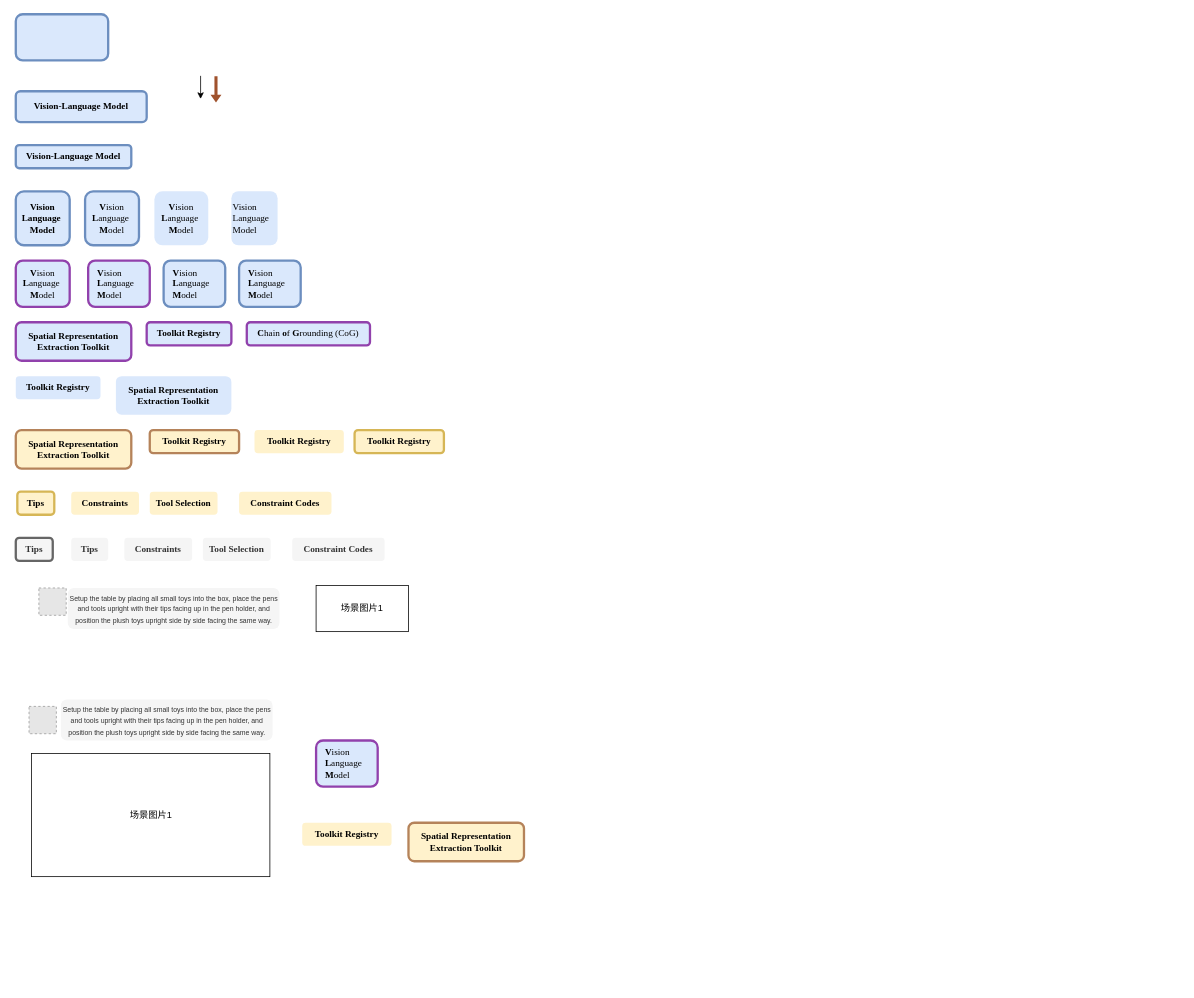
Before: taki.drawio in AnonAnonAnonAnonAnon/Figure_live, a draw.io diagram. Source tidied: cells renumbered, new cells numbered last; positions are measured from the earlier drawing's top-left corner, leaving out a move shared by most shapes. Both pictures are drawn from the tidied source at 77%, with x=0, y=0 at pixel (15, 14). Pictures stored in the file or linked from it are replaced by grey dashed boxes.
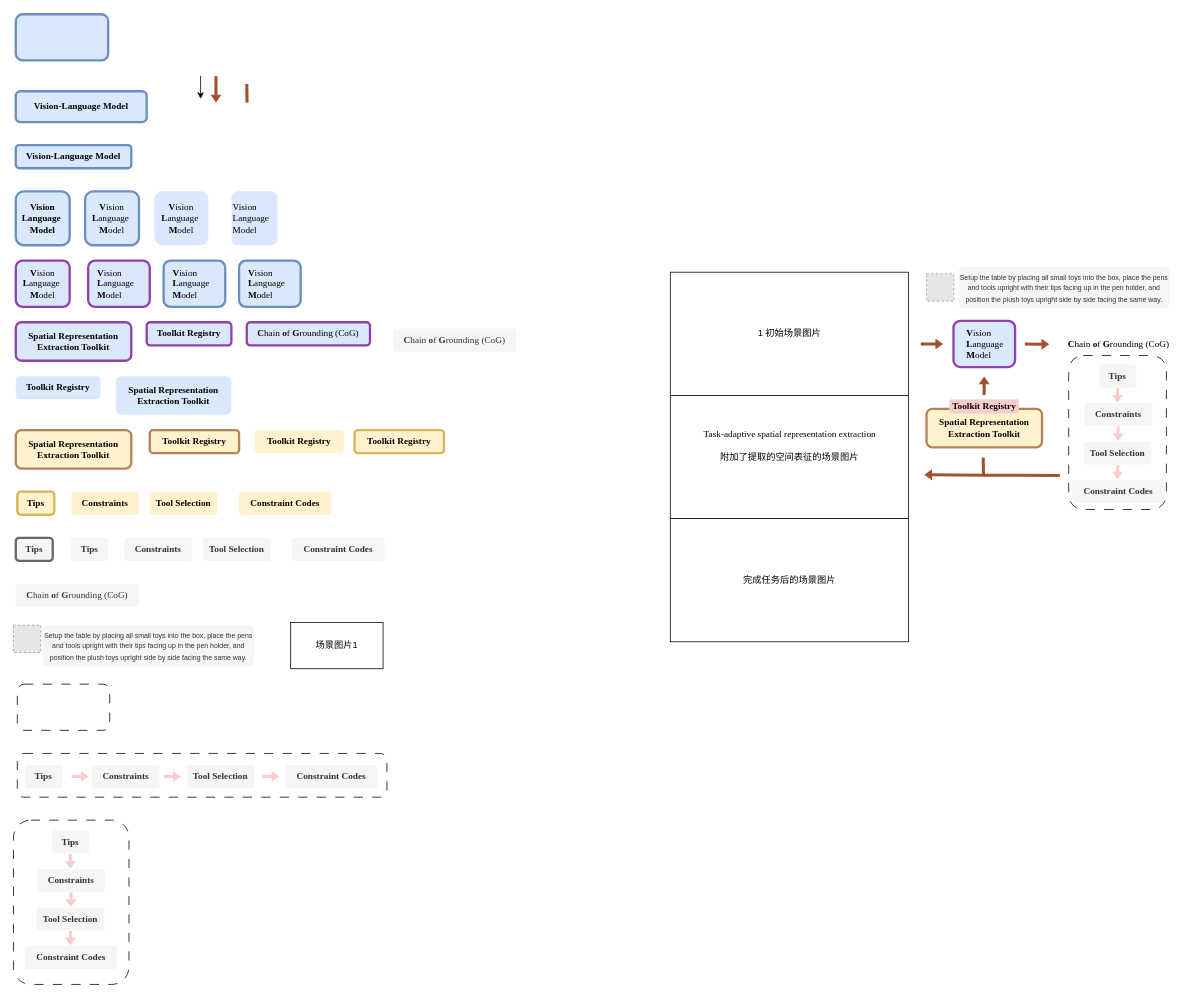
The same diagram, later.

Change to the diagram source:
```diff
@@
     <mxCell id="36" style="fillColor=#E6E6E6;strokeColor=#999999;dashed=1;verticalLabelPosition=bottom;labelBackgroundColor=default;verticalAlign=top;" parent="1" vertex="1">
-      <mxGeometry x="30" y="745.1" width="35.5" height="35.5" as="geometry" />
+      <mxGeometry x="-3" y="793.4" width="35.5" height="35.5" as="geometry" />
     </mxCell>
     <mxCell id="37" value="&lt;p&gt;&lt;font style=&quot;font-size: 9px;&quot;&gt;Setup the table by placing all small toys into the box, place the pens and tools upright with their tips facing up in the pen holder, and position the plush toys upright side by side facing the same way.&lt;/font&gt;&lt;/p&gt;" style="rounded=1;whiteSpace=wrap;html=1;strokeWidth=3;fillColor=#f5f5f5;strokeColor=none;align=center;fontColor=#333333;" parent="1" vertex="1">
-      <mxGeometry x="67.5" y="745.1" width="275" height="53.2" as="geometry" />
+      <mxGeometry x="34.5" y="793.4" width="275" height="53.2" as="geometry" />
     </mxCell>
     <mxCell id="38" value="场景图片1" style="rounded=0;whiteSpace=wrap;html=1;" parent="1" vertex="1">
-      <mxGeometry x="390" y="741.8" width="120" height="60" as="geometry" />
+      <mxGeometry x="357" y="790" width="120" height="60" as="geometry" />
     </mxCell>
-    <mxCell id="39" value="场景图片1" style="rounded=0;whiteSpace=wrap;html=1;" parent="1" vertex="1">
-      <mxGeometry x="20.5" y="960" width="309.5" height="160" as="geometry" />
+    <mxCell id="39" value="1 初始场景图片" style="rounded=0;whiteSpace=wrap;html=1;" parent="1" vertex="1">
+      <mxGeometry x="850" y="335" width="309.5" height="160" as="geometry" />
     </mxCell>
     <mxCell id="40" style="fillColor=#E6E6E6;strokeColor=#999999;dashed=1;verticalLabelPosition=bottom;labelBackgroundColor=default;verticalAlign=top;" parent="1" vertex="1">
-      <mxGeometry x="17.2" y="898.9" width="35.5" height="35.5" as="geometry" />
+      <mxGeometry x="1182.8" y="337.1" width="35.5" height="35.5" as="geometry" />
     </mxCell>
     <mxCell id="41" value="&lt;p&gt;&lt;font style=&quot;font-size: 9px;&quot;&gt;Setup the table by placing all small toys into the box, place the pens and tools upright with their tips facing up in the pen holder, and position the plush toys upright side by side facing the same way.&lt;/font&gt;&lt;/p&gt;" style="rounded=1;whiteSpace=wrap;html=1;strokeWidth=3;fillColor=#f5f5f5;strokeColor=none;align=center;fontColor=#333333;" parent="1" vertex="1">
-      <mxGeometry x="58.5" y="890" width="275" height="53.2" as="geometry" />
+      <mxGeometry x="1224" y="328.2" width="275" height="53.2" as="geometry" />
     </mxCell>
     <mxCell id="42" style="rounded=1;whiteSpace=wrap;html=1;strokeWidth=3;fillColor=#dae8fc;strokeColor=light-dark(#9141ac, #a9adff);align=center;" parent="1" vertex="1">
-      <mxGeometry x="390" y="943.2" width="80" height="60" as="geometry" />
+      <mxGeometry x="1217.8" y="398.2" width="80" height="60" as="geometry" />
     </mxCell>
     <mxCell id="43" value="&lt;div align=&quot;left&quot;&gt;&lt;font face=&quot;Times New Roman&quot;&gt;&lt;b&gt;V&lt;/b&gt;ision&lt;/font&gt;&lt;/div&gt;&lt;div align=&quot;left&quot;&gt;&lt;font face=&quot;Times New Roman&quot;&gt;&lt;b&gt;L&lt;/b&gt;anguage&lt;/font&gt;&lt;/div&gt;&lt;div align=&quot;left&quot;&gt;&lt;font face=&quot;Times New Roman&quot;&gt;&lt;b&gt;M&lt;/b&gt;odel&lt;/font&gt;&lt;/div&gt;" style="text;html=1;align=left;verticalAlign=middle;strokeColor=none;fillColor=none;" parent="1" vertex="1">
-      <mxGeometry x="400" y="943.2" width="70" height="60" as="geometry" />
+      <mxGeometry x="1232.9" y="398.2" width="70" height="60" as="geometry" />
     </mxCell>
     <mxCell id="44" value="&lt;font face=&quot;Times New Roman&quot;&gt;&lt;b&gt;Spatial Representation Extraction Toolkit&lt;/b&gt;&lt;/font&gt;" style="rounded=1;whiteSpace=wrap;html=1;strokeWidth=3;fillColor=#fff2cc;strokeColor=light-dark(#b5835a, #00a200);align=center;" parent="1" vertex="1">
-      <mxGeometry x="510" y="1050" width="150" height="50" as="geometry" />
+      <mxGeometry x="1182.8" y="512.4" width="150" height="50" as="geometry" />
     </mxCell>
-    <mxCell id="45" value="&lt;font face=&quot;Times New Roman&quot;&gt;&lt;b&gt;Toolkit Registry&lt;/b&gt;&lt;/font&gt;" style="rounded=1;whiteSpace=wrap;html=1;strokeWidth=3;fillColor=#fff2cc;strokeColor=none;align=center;" parent="1" vertex="1">
-      <mxGeometry x="372" y="1050" width="116" height="30" as="geometry" />
+    <mxCell id="45" value="&lt;font face=&quot;Times New Roman&quot;&gt;&lt;b&gt;Toolkit Registry&lt;/b&gt;&lt;/font&gt;" style="rounded=1;whiteSpace=wrap;html=1;strokeWidth=3;fillColor=#f8cecc;strokeColor=none;align=center;" parent="1" vertex="1">
+      <mxGeometry x="1212.6" y="500" width="90.2" height="18.4" as="geometry" />
     </mxCell>
+    <mxCell id="46" value="&lt;div&gt;&lt;div class=&quot;old-record-id-Jpved50hUo4uE4xDqZKcLIfEnAk&quot;&gt;&lt;font&gt;&lt;b&gt;C&lt;/b&gt;hain &lt;b&gt;o&lt;/b&gt;f &lt;b&gt;G&lt;/b&gt;rounding (CoG)&lt;/font&gt;&lt;/div&gt;&lt;/div&gt;&lt;font&gt;&lt;span data-lark-record-data=&quot;{&amp;quot;rootId&amp;quot;:&amp;quot;Y6xqdsJ0JoNIp3x1KjNcxyL0n1f&amp;quot;,&amp;quot;text&amp;quot;:{&amp;quot;initialAttributedTexts&amp;quot;:{&amp;quot;text&amp;quot;:{&amp;quot;0&amp;quot;:&amp;quot;Chain of Grounding (CoG)&amp;quot;},&amp;quot;attribs&amp;quot;:{&amp;quot;0&amp;quot;:&amp;quot;*0+o&amp;quot;}},&amp;quot;apool&amp;quot;:{&amp;quot;numToAttrib&amp;quot;:{&amp;quot;0&amp;quot;:[&amp;quot;author&amp;quot;,&amp;quot;7455933905562779650&amp;quot;]},&amp;quot;nextNum&amp;quot;:1}},&amp;quot;type&amp;quot;:&amp;quot;text&amp;quot;,&amp;quot;referenceRecordMap&amp;quot;:{},&amp;quot;extra&amp;quot;:{&amp;quot;channel&amp;quot;:&amp;quot;saas&amp;quot;,&amp;quot;isEqualBlockSelection&amp;quot;:false,&amp;quot;pasteRandomId&amp;quot;:&amp;quot;5d08a9c0-3101-4293-8adc-91da2f840806&amp;quot;,&amp;quot;mention_page_title&amp;quot;:{},&amp;quot;external_mention_url&amp;quot;:{}},&amp;quot;isKeepQuoteContainer&amp;quot;:false,&amp;quot;isFromCode&amp;quot;:false,&amp;quot;selection&amp;quot;:[{&amp;quot;id&amp;quot;:1047,&amp;quot;type&amp;quot;:&amp;quot;text&amp;quot;,&amp;quot;selection&amp;quot;:{&amp;quot;start&amp;quot;:4,&amp;quot;end&amp;quot;:28},&amp;quot;recordId&amp;quot;:&amp;quot;Jpved50hUo4uE4xDqZKcLIfEnAk&amp;quot;}],&amp;quot;payloadMap&amp;quot;:{},&amp;quot;isCut&amp;quot;:false}&quot; class=&quot;lark-record-clipboard&quot;&gt;&lt;/span&gt;&lt;/font&gt;" style="rounded=1;whiteSpace=wrap;html=1;strokeWidth=3;fillColor=#f5f5f5;strokeColor=none;align=center;fontFamily=Times New Roman;fontColor=#333333;" parent="1" vertex="1">
+      <mxGeometry y="740" width="160" height="30" as="geometry" />
+    </mxCell>
+    <mxCell id="47" value="&lt;div&gt;&lt;div class=&quot;old-record-id-Jpved50hUo4uE4xDqZKcLIfEnAk&quot;&gt;&lt;font&gt;&lt;b&gt;C&lt;/b&gt;hain &lt;b&gt;o&lt;/b&gt;f &lt;b&gt;G&lt;/b&gt;rounding (CoG)&lt;/font&gt;&lt;/div&gt;&lt;/div&gt;&lt;font&gt;&lt;span data-lark-record-data=&quot;{&amp;quot;rootId&amp;quot;:&amp;quot;Y6xqdsJ0JoNIp3x1KjNcxyL0n1f&amp;quot;,&amp;quot;text&amp;quot;:{&amp;quot;initialAttributedTexts&amp;quot;:{&amp;quot;text&amp;quot;:{&amp;quot;0&amp;quot;:&amp;quot;Chain of Grounding (CoG)&amp;quot;},&amp;quot;attribs&amp;quot;:{&amp;quot;0&amp;quot;:&amp;quot;*0+o&amp;quot;}},&amp;quot;apool&amp;quot;:{&amp;quot;numToAttrib&amp;quot;:{&amp;quot;0&amp;quot;:[&amp;quot;author&amp;quot;,&amp;quot;7455933905562779650&amp;quot;]},&amp;quot;nextNum&amp;quot;:1}},&amp;quot;type&amp;quot;:&amp;quot;text&amp;quot;,&amp;quot;referenceRecordMap&amp;quot;:{},&amp;quot;extra&amp;quot;:{&amp;quot;channel&amp;quot;:&amp;quot;saas&amp;quot;,&amp;quot;isEqualBlockSelection&amp;quot;:false,&amp;quot;pasteRandomId&amp;quot;:&amp;quot;5d08a9c0-3101-4293-8adc-91da2f840806&amp;quot;,&amp;quot;mention_page_title&amp;quot;:{},&amp;quot;external_mention_url&amp;quot;:{}},&amp;quot;isKeepQuoteContainer&amp;quot;:false,&amp;quot;isFromCode&amp;quot;:false,&amp;quot;selection&amp;quot;:[{&amp;quot;id&amp;quot;:1047,&amp;quot;type&amp;quot;:&amp;quot;text&amp;quot;,&amp;quot;selection&amp;quot;:{&amp;quot;start&amp;quot;:4,&amp;quot;end&amp;quot;:28},&amp;quot;recordId&amp;quot;:&amp;quot;Jpved50hUo4uE4xDqZKcLIfEnAk&amp;quot;}],&amp;quot;payloadMap&amp;quot;:{},&amp;quot;isCut&amp;quot;:false}&quot; class=&quot;lark-record-clipboard&quot;&gt;&lt;/span&gt;&lt;/font&gt;" style="rounded=1;whiteSpace=wrap;html=1;strokeWidth=3;fillColor=#f5f5f5;strokeColor=none;align=center;fontFamily=Times New Roman;fontColor=#333333;" parent="1" vertex="1">
+      <mxGeometry x="490" y="408.2" width="160" height="30" as="geometry" />
+    </mxCell>
+    <mxCell id="48" value="&lt;font face=&quot;Times New Roman&quot;&gt;&lt;b&gt;Tips&lt;/b&gt;&lt;/font&gt;" style="rounded=1;whiteSpace=wrap;html=1;strokeWidth=3;fillColor=#f5f5f5;strokeColor=none;align=center;fontColor=#333333;" parent="1" vertex="1">
+      <mxGeometry x="12" y="975" width="48" height="30" as="geometry" />
+    </mxCell>
+    <mxCell id="49" value="&lt;font face=&quot;Times New Roman&quot;&gt;&lt;b&gt;Constraints&lt;/b&gt;&lt;/font&gt;" style="rounded=1;whiteSpace=wrap;html=1;strokeWidth=3;fillColor=#f5f5f5;strokeColor=none;align=center;fontColor=#333333;" parent="1" vertex="1">
+      <mxGeometry x="98.8" y="975" width="88" height="30" as="geometry" />
+    </mxCell>
+    <mxCell id="50" value="&lt;font face=&quot;Times New Roman&quot;&gt;&lt;b&gt;Tool Selection&lt;/b&gt;&lt;/font&gt;" style="rounded=1;whiteSpace=wrap;html=1;strokeWidth=3;fillColor=#f5f5f5;strokeColor=none;align=center;fontColor=#333333;" parent="1" vertex="1">
+      <mxGeometry x="222" y="975" width="88" height="30" as="geometry" />
+    </mxCell>
+    <mxCell id="51" value="&lt;font face=&quot;Times New Roman&quot;&gt;&lt;b&gt;Constraint Codes&lt;/b&gt;&lt;/font&gt;" style="rounded=1;whiteSpace=wrap;html=1;strokeWidth=3;fillColor=#f5f5f5;strokeColor=none;align=center;fontColor=#333333;" parent="1" vertex="1">
+      <mxGeometry x="349.8" y="975" width="120" height="30" as="geometry" />
+    </mxCell>
+    <mxCell id="52" style="rounded=1;whiteSpace=wrap;html=1;fillColor=none;dashed=1;dashPattern=12 12;" parent="1" vertex="1">
+      <mxGeometry x="2" y="870" width="120" height="60" as="geometry" />
+    </mxCell>
+    <mxCell id="53" style="rounded=1;whiteSpace=wrap;html=1;fillColor=none;dashed=1;dashPattern=12 12;" parent="1" vertex="1">
+      <mxGeometry x="2" y="960" width="480" height="56.8" as="geometry" />
+    </mxCell>
+    <mxCell id="54" style="shape=flexArrow;endArrow=classic;html=1;rounded=0;fillColor=#f8cecc;strokeColor=none;targetPerimeterSpacing=0;endSize=3;startSize=6;endWidth=9.2;width=4;shadow=0;" parent="1" edge="1">
+      <mxGeometry relative="1" as="geometry">
+        <mxPoint x="72" y="989.8" as="sourcePoint" />
+        <mxPoint x="95" y="989.8" as="targetPoint" />
+      </mxGeometry>
+    </mxCell>
+    <mxCell id="55" style="shape=flexArrow;endArrow=classic;html=1;rounded=0;fillColor=#f8cecc;strokeColor=none;targetPerimeterSpacing=0;endSize=3;startSize=6;endWidth=9.2;width=4;shadow=0;" parent="1" edge="1">
+      <mxGeometry relative="1" as="geometry">
+        <mxPoint x="319.8" y="989.8" as="sourcePoint" />
+        <mxPoint x="342.8" y="989.8" as="targetPoint" />
+      </mxGeometry>
+    </mxCell>
+    <mxCell id="56" style="shape=flexArrow;endArrow=classic;html=1;rounded=0;fillColor=#f8cecc;strokeColor=none;targetPerimeterSpacing=0;endSize=3;startSize=6;endWidth=9.2;width=4;shadow=0;" parent="1" edge="1">
+      <mxGeometry relative="1" as="geometry">
+        <mxPoint x="192" y="989.8" as="sourcePoint" />
+        <mxPoint x="215" y="989.8" as="targetPoint" />
+      </mxGeometry>
+    </mxCell>
+    <mxCell id="57" value="&lt;font face=&quot;Times New Roman&quot;&gt;&lt;b&gt;Tips&lt;/b&gt;&lt;/font&gt;" style="rounded=1;whiteSpace=wrap;html=1;strokeWidth=3;fillColor=#f5f5f5;strokeColor=none;align=center;fontColor=#333333;" parent="1" vertex="1">
+      <mxGeometry x="47" y="1060" width="48" height="30" as="geometry" />
+    </mxCell>
+    <mxCell id="58" value="&lt;font face=&quot;Times New Roman&quot;&gt;&lt;b&gt;Constraints&lt;/b&gt;&lt;/font&gt;" style="rounded=1;whiteSpace=wrap;html=1;strokeWidth=3;fillColor=#f5f5f5;strokeColor=none;align=center;fontColor=#333333;" parent="1" vertex="1">
+      <mxGeometry x="27.8" y="1110" width="88" height="30" as="geometry" />
+    </mxCell>
+    <mxCell id="59" value="&lt;font face=&quot;Times New Roman&quot;&gt;&lt;b&gt;Tool Selection&lt;/b&gt;&lt;/font&gt;" style="rounded=1;whiteSpace=wrap;html=1;strokeWidth=3;fillColor=#f5f5f5;strokeColor=none;align=center;fontColor=#333333;" parent="1" vertex="1">
+      <mxGeometry x="27" y="1160" width="88" height="30" as="geometry" />
+    </mxCell>
+    <mxCell id="60" value="&lt;font face=&quot;Times New Roman&quot;&gt;&lt;b&gt;Constraint Codes&lt;/b&gt;&lt;/font&gt;" style="rounded=1;whiteSpace=wrap;html=1;strokeWidth=3;fillColor=#f5f5f5;strokeColor=none;align=center;fontColor=#333333;" parent="1" vertex="1">
+      <mxGeometry x="11.8" y="1210" width="120" height="30" as="geometry" />
+    </mxCell>
+    <mxCell id="61" style="rounded=1;whiteSpace=wrap;html=1;fillColor=none;dashed=1;dashPattern=12 12;" parent="1" vertex="1">
+      <mxGeometry x="-3" y="1046.6" width="150" height="213.4" as="geometry" />
+    </mxCell>
+    <mxCell id="62" style="shape=flexArrow;endArrow=classic;html=1;rounded=0;fillColor=#f8cecc;strokeColor=none;targetPerimeterSpacing=0;endSize=3;startSize=6;endWidth=9.2;width=4;shadow=0;" parent="1" edge="1">
+      <mxGeometry relative="1" as="geometry">
+        <mxPoint x="70.8" y="1090" as="sourcePoint" />
+        <mxPoint x="70.8" y="1110.2" as="targetPoint" />
+      </mxGeometry>
+    </mxCell>
+    <mxCell id="63" style="shape=flexArrow;endArrow=classic;html=1;rounded=0;fillColor=#f8cecc;strokeColor=none;targetPerimeterSpacing=0;endSize=3;startSize=6;endWidth=9.2;width=4;shadow=0;" parent="1" edge="1">
+      <mxGeometry relative="1" as="geometry">
+        <mxPoint x="71.1" y="1190" as="sourcePoint" />
+        <mxPoint x="70.8" y="1209.8" as="targetPoint" />
+      </mxGeometry>
+    </mxCell>
+    <mxCell id="64" style="shape=flexArrow;endArrow=classic;html=1;rounded=0;fillColor=#f8cecc;strokeColor=none;targetPerimeterSpacing=0;endSize=3;startSize=6;endWidth=9.2;width=4;shadow=0;" parent="1" edge="1">
+      <mxGeometry relative="1" as="geometry">
+        <mxPoint x="71.6" y="1140" as="sourcePoint" />
+        <mxPoint x="71.6" y="1159.8" as="targetPoint" />
+      </mxGeometry>
+    </mxCell>
+    <mxCell id="65" value="&lt;font face=&quot;Times New Roman&quot;&gt;&lt;b&gt;Tips&lt;/b&gt;&lt;/font&gt;" style="rounded=1;whiteSpace=wrap;html=1;strokeWidth=3;fillColor=#f5f5f5;strokeColor=none;align=center;fontColor=#333333;" parent="1" vertex="1">
+      <mxGeometry x="1407" y="454.9" width="48" height="30" as="geometry" />
+    </mxCell>
+    <mxCell id="66" value="&lt;font face=&quot;Times New Roman&quot;&gt;&lt;b&gt;Constraints&lt;/b&gt;&lt;/font&gt;" style="rounded=1;whiteSpace=wrap;html=1;strokeWidth=3;fillColor=#f5f5f5;strokeColor=none;align=center;fontColor=#333333;" parent="1" vertex="1">
+      <mxGeometry x="1387.8" y="504.9" width="88" height="30" as="geometry" />
+    </mxCell>
+    <mxCell id="67" value="&lt;font face=&quot;Times New Roman&quot;&gt;&lt;b&gt;Tool Selection&lt;/b&gt;&lt;/font&gt;" style="rounded=1;whiteSpace=wrap;html=1;strokeWidth=3;fillColor=#f5f5f5;strokeColor=none;align=center;fontColor=#333333;" parent="1" vertex="1">
+      <mxGeometry x="1387" y="554.9" width="88" height="30" as="geometry" />
+    </mxCell>
+    <mxCell id="68" value="&lt;font face=&quot;Times New Roman&quot;&gt;&lt;b&gt;Constraint Codes&lt;/b&gt;&lt;/font&gt;" style="rounded=1;whiteSpace=wrap;html=1;strokeWidth=3;fillColor=#f5f5f5;strokeColor=none;align=center;fontColor=#333333;" parent="1" vertex="1">
+      <mxGeometry x="1371.8" y="604.9" width="120" height="30" as="geometry" />
+    </mxCell>
+    <mxCell id="69" style="rounded=1;whiteSpace=wrap;html=1;fillColor=none;dashed=1;dashPattern=12 12;" parent="1" vertex="1">
+      <mxGeometry x="1367.4" y="443.2" width="126.9" height="200" as="geometry" />
+    </mxCell>
+    <mxCell id="70" style="shape=flexArrow;endArrow=classic;html=1;rounded=0;fillColor=#f8cecc;strokeColor=none;targetPerimeterSpacing=0;endSize=3;startSize=6;endWidth=9.2;width=4;shadow=0;" parent="1" edge="1">
+      <mxGeometry relative="1" as="geometry">
+        <mxPoint x="1430.8" y="484.9" as="sourcePoint" />
+        <mxPoint x="1430.8" y="505.1" as="targetPoint" />
+      </mxGeometry>
+    </mxCell>
+    <mxCell id="71" style="shape=flexArrow;endArrow=classic;html=1;rounded=0;fillColor=#f8cecc;strokeColor=none;targetPerimeterSpacing=0;endSize=3;startSize=6;endWidth=9.2;width=4;shadow=0;" parent="1" edge="1">
+      <mxGeometry relative="1" as="geometry">
+        <mxPoint x="1431.1" y="584.9" as="sourcePoint" />
+        <mxPoint x="1430.8" y="604.7" as="targetPoint" />
+      </mxGeometry>
+    </mxCell>
+    <mxCell id="72" style="shape=flexArrow;endArrow=classic;html=1;rounded=0;fillColor=#f8cecc;strokeColor=none;targetPerimeterSpacing=0;endSize=3;startSize=6;endWidth=9.2;width=4;shadow=0;" parent="1" edge="1">
+      <mxGeometry relative="1" as="geometry">
+        <mxPoint x="1431.6" y="534.9" as="sourcePoint" />
+        <mxPoint x="1431.6" y="554.7" as="targetPoint" />
+      </mxGeometry>
+    </mxCell>
+    <mxCell id="73" value="&lt;div&gt;&lt;div class=&quot;old-record-id-Jpved50hUo4uE4xDqZKcLIfEnAk&quot;&gt;&lt;font face=&quot;Times New Roman&quot;&gt;&lt;b&gt;C&lt;/b&gt;hain &lt;b&gt;o&lt;/b&gt;f &lt;b&gt;G&lt;/b&gt;rounding (CoG)&lt;/font&gt;&lt;/div&gt;&lt;/div&gt;&lt;font face=&quot;Times New Roman&quot;&gt;&lt;span data-lark-record-data=&quot;{&amp;quot;rootId&amp;quot;:&amp;quot;Y6xqdsJ0JoNIp3x1KjNcxyL0n1f&amp;quot;,&amp;quot;text&amp;quot;:{&amp;quot;initialAttributedTexts&amp;quot;:{&amp;quot;text&amp;quot;:{&amp;quot;0&amp;quot;:&amp;quot;Chain of Grounding (CoG)&amp;quot;},&amp;quot;attribs&amp;quot;:{&amp;quot;0&amp;quot;:&amp;quot;*0+o&amp;quot;}},&amp;quot;apool&amp;quot;:{&amp;quot;numToAttrib&amp;quot;:{&amp;quot;0&amp;quot;:[&amp;quot;author&amp;quot;,&amp;quot;7455933905562779650&amp;quot;]},&amp;quot;nextNum&amp;quot;:1}},&amp;quot;type&amp;quot;:&amp;quot;text&amp;quot;,&amp;quot;referenceRecordMap&amp;quot;:{},&amp;quot;extra&amp;quot;:{&amp;quot;channel&amp;quot;:&amp;quot;saas&amp;quot;,&amp;quot;isEqualBlockSelection&amp;quot;:false,&amp;quot;pasteRandomId&amp;quot;:&amp;quot;5d08a9c0-3101-4293-8adc-91da2f840806&amp;quot;,&amp;quot;mention_page_title&amp;quot;:{},&amp;quot;external_mention_url&amp;quot;:{}},&amp;quot;isKeepQuoteContainer&amp;quot;:false,&amp;quot;isFromCode&amp;quot;:false,&amp;quot;selection&amp;quot;:[{&amp;quot;id&amp;quot;:1047,&amp;quot;type&amp;quot;:&amp;quot;text&amp;quot;,&amp;quot;selection&amp;quot;:{&amp;quot;start&amp;quot;:4,&amp;quot;end&amp;quot;:28},&amp;quot;recordId&amp;quot;:&amp;quot;Jpved50hUo4uE4xDqZKcLIfEnAk&amp;quot;}],&amp;quot;payloadMap&amp;quot;:{},&amp;quot;isCut&amp;quot;:false}&quot; class=&quot;lark-record-clipboard&quot;&gt;&lt;/span&gt;&lt;/font&gt;" style="text;html=1;align=center;verticalAlign=middle;strokeColor=none;fillColor=none;" parent="1" vertex="1">
+      <mxGeometry x="1351.8" y="413.2" width="160" height="30" as="geometry" />
+    </mxCell>
+    <mxCell id="74" value="附加了提取的空间表征的场景图片" style="rounded=0;whiteSpace=wrap;html=1;" parent="1" vertex="1">
+      <mxGeometry x="850" y="495" width="309.5" height="160" as="geometry" />
+    </mxCell>
+    <mxCell id="75" value="&lt;font face=&quot;Times New Roman&quot;&gt;Task-adaptive spatial representation extraction&lt;/font&gt;" style="text;html=1;align=center;verticalAlign=middle;strokeColor=none;fillColor=none;" parent="1" vertex="1">
+      <mxGeometry x="879.8" y="530" width="250" height="30" as="geometry" />
+    </mxCell>
+    <mxCell id="76" style="shape=flexArrow;endArrow=classic;html=1;rounded=0;fillColor=#a0522d;strokeColor=none;targetPerimeterSpacing=0;endSize=3;startSize=6;endWidth=9.2;width=4;shadow=0;" parent="1" edge="1">
+      <mxGeometry relative="1" as="geometry">
+        <mxPoint x="1174.8" y="428.2" as="sourcePoint" />
+        <mxPoint x="1204.8" y="428.2" as="targetPoint" />
+      </mxGeometry>
+    </mxCell>
+    <mxCell id="77" style="shape=flexArrow;endArrow=classic;html=1;rounded=0;fillColor=#a0522d;strokeColor=none;targetPerimeterSpacing=0;endSize=3;startSize=6;endWidth=9.2;width=4;shadow=0;" parent="1" edge="1">
+      <mxGeometry relative="1" as="geometry">
+        <mxPoint x="1257.6" y="495.1" as="sourcePoint" />
+        <mxPoint x="1257.6" y="470" as="targetPoint" />
+      </mxGeometry>
+    </mxCell>
+    <mxCell id="78" style="shape=flexArrow;endArrow=classic;html=1;rounded=0;fillColor=#a0522d;strokeColor=none;targetPerimeterSpacing=0;endSize=3;startSize=6;endWidth=9.2;width=4;shadow=0;" parent="1" edge="1">
+      <mxGeometry relative="1" as="geometry">
+        <mxPoint x="1310" y="428.2" as="sourcePoint" />
+        <mxPoint x="1342.6" y="428.6" as="targetPoint" />
+      </mxGeometry>
+    </mxCell>
+    <mxCell id="79" style="shape=flexArrow;endArrow=classic;html=1;rounded=0;fillColor=#a0522d;strokeColor=none;targetPerimeterSpacing=0;endSize=3;startSize=6;endWidth=9.2;width=4;shadow=0;" parent="1" edge="1">
+      <mxGeometry relative="1" as="geometry">
+        <mxPoint x="1258.5" y="598.6" as="sourcePoint" />
+        <mxPoint x="1179.4" y="598" as="targetPoint" />
+      </mxGeometry>
+    </mxCell>
+    <mxCell id="80" style="shape=flexArrow;endArrow=none;html=1;rounded=0;fillColor=#a0522d;strokeColor=none;targetPerimeterSpacing=0;endSize=3;startSize=6;endWidth=9.2;width=4;shadow=0;startFill=0;" parent="1" edge="1">
+      <mxGeometry relative="1" as="geometry">
+        <mxPoint x="1256.4" y="575.2" as="sourcePoint" />
+        <mxPoint x="1256.8" y="600.5" as="targetPoint" />
+      </mxGeometry>
+    </mxCell>
+    <mxCell id="81" style="shape=flexArrow;endArrow=none;html=1;rounded=0;fillColor=#a0522d;strokeColor=none;targetPerimeterSpacing=0;endSize=3;startSize=6;endWidth=9.2;width=4;shadow=0;startFill=0;" parent="1" edge="1">
+      <mxGeometry relative="1" as="geometry">
+        <mxPoint x="300" y="90" as="sourcePoint" />
+        <mxPoint x="300.4" y="115.3" as="targetPoint" />
+      </mxGeometry>
+    </mxCell>
+    <mxCell id="82" style="shape=flexArrow;endArrow=none;html=1;rounded=0;fillColor=#a0522d;strokeColor=none;targetPerimeterSpacing=0;endSize=3;startSize=6;endWidth=9.2;width=4;shadow=0;startFill=0;" parent="1" edge="1">
+      <mxGeometry relative="1" as="geometry">
+        <mxPoint x="1256.4" y="598.6" as="sourcePoint" />
+        <mxPoint x="1356.4" y="599" as="targetPoint" />
+      </mxGeometry>
+    </mxCell>
+    <mxCell id="83" value="完成任务后的场景图片" style="rounded=0;whiteSpace=wrap;html=1;" parent="1" vertex="1">
+      <mxGeometry x="850" y="655" width="309.5" height="160" as="geometry" />
+    </mxCell>
```
